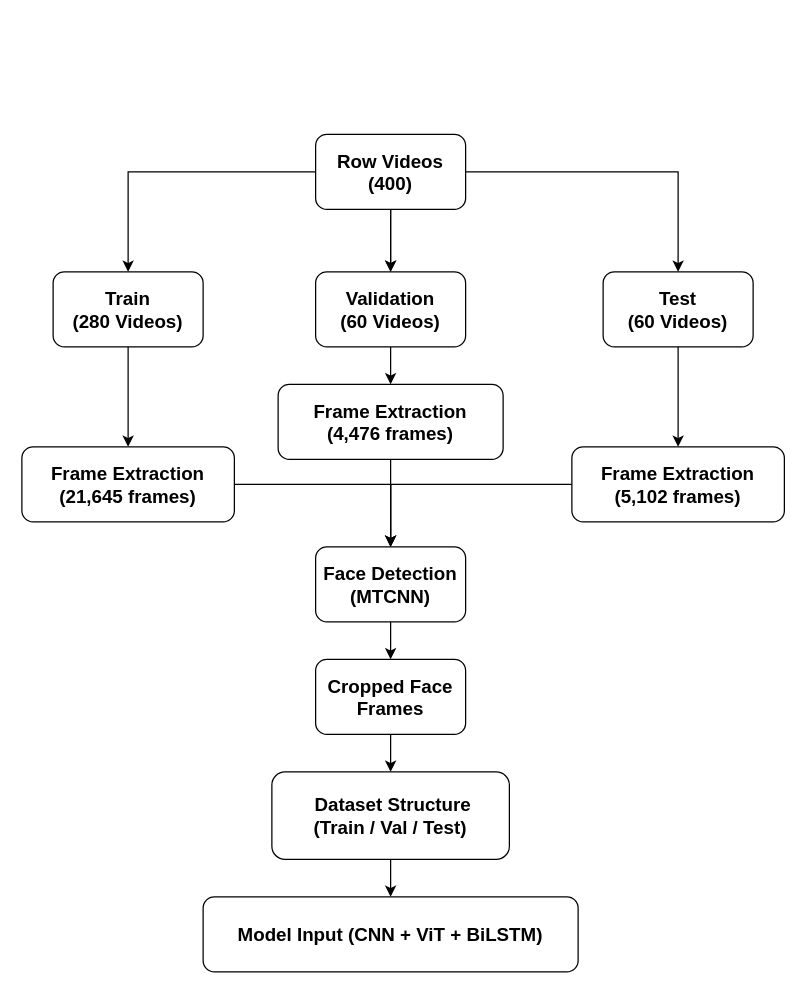
The draw.io diagram data_Preprocessing.drawio in fatahrahimi330/XST-Deepfake-Detection, before the edit. Source tidied: cells renumbered, new cells numbered last; positions are measured from the earlier drawing's top-left corner, leaving out a move shared by most shapes. Both pictures are drawn from the tidied source at 125%, with x=0, y=0 at pixel (21, 134).
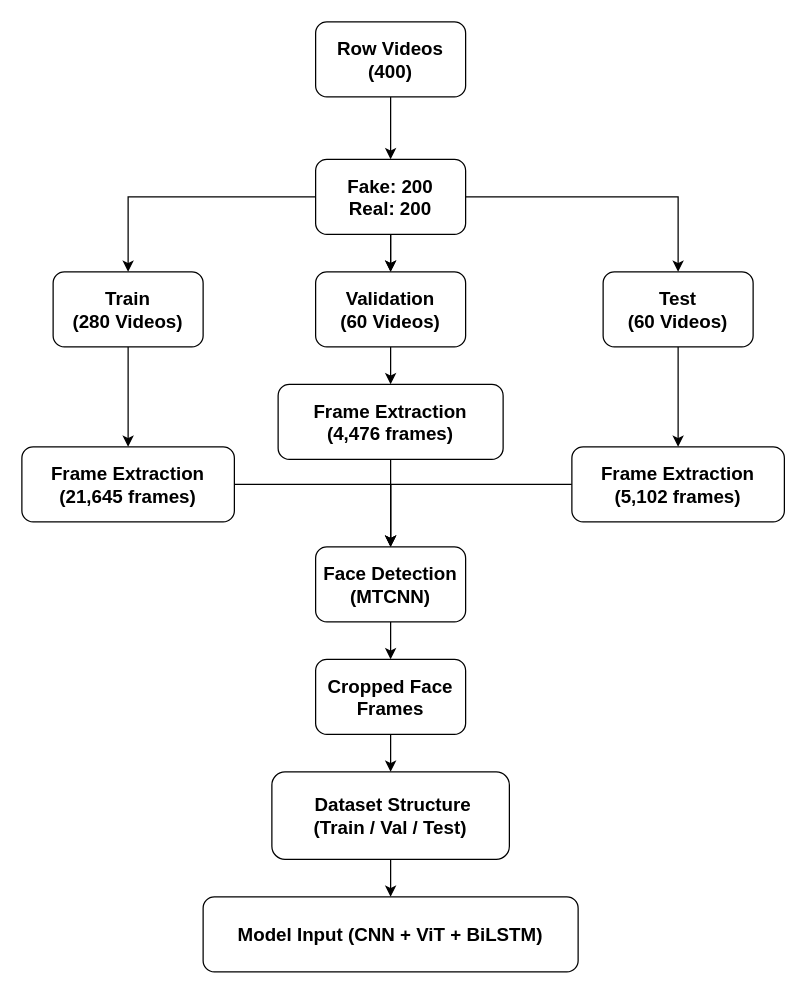
After the change.

Change to the diagram source:
```diff
@@
-    <mxCell id="6" value="&lt;b&gt;&lt;font style=&quot;font-size: 15px;&quot;&gt;Row Videos (400)&lt;/font&gt;&lt;/b&gt;" style="rounded=1;whiteSpace=wrap;html=1;" parent="1" vertex="1">
-      <mxGeometry x="235" width="120" height="60" as="geometry" />
+    <mxCell id="6" value="&lt;span style=&quot;font-size: 15px;&quot;&gt;&lt;b&gt;Fake: 200&lt;/b&gt;&lt;/span&gt;&lt;div&gt;&lt;span style=&quot;font-size: 15px;&quot;&gt;&lt;b&gt;Real: 200&lt;/b&gt;&lt;/span&gt;&lt;/div&gt;" style="rounded=1;whiteSpace=wrap;html=1;" parent="1" vertex="1">
+      <mxGeometry x="235" y="20" width="120" height="60" as="geometry" />
     </mxCell>
@@
+    <mxCell id="26" style="edgeStyle=orthogonalEdgeStyle;rounded=0;jettySize=auto;html=1;entryX=0.5;entryY=0;entryDx=0;entryDy=0;" parent="1" edge="1" source="27" target="6">
+      <mxGeometry relative="1" as="geometry" />
+    </mxCell>
+    <mxCell id="27" value="&lt;b style=&quot;caret-color: rgba(0, 0, 0, 0);&quot;&gt;&lt;font style=&quot;font-size: 15px;&quot;&gt;Row Videos (400)&lt;/font&gt;&lt;/b&gt;" style="whiteSpace=wrap;html=1;rounded=1;" parent="1" vertex="1">
+      <mxGeometry x="235" y="-90" width="120" height="60" as="geometry" />
+    </mxCell>
```
